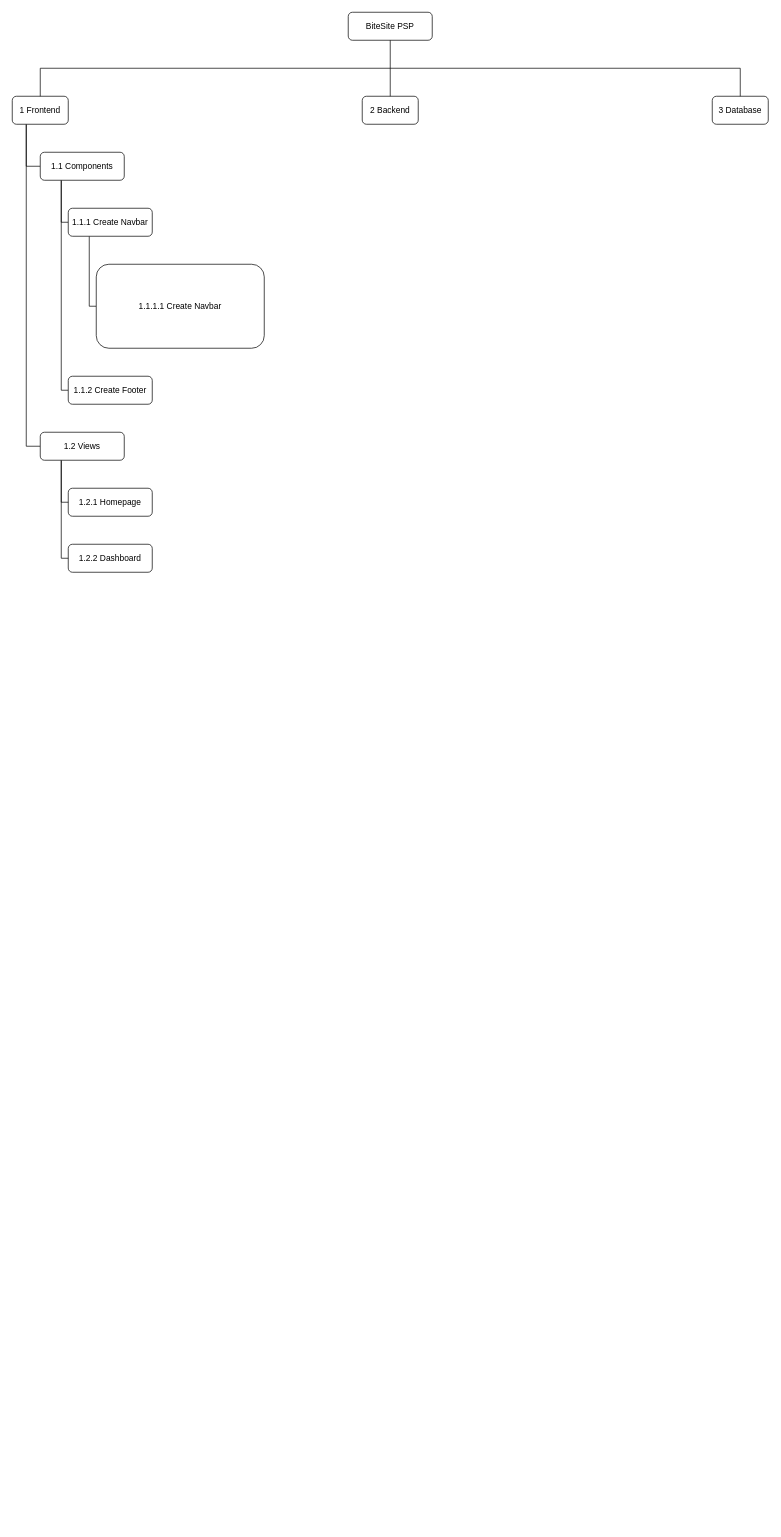
Before: docs/project-structure-plan.png.drawio in davide-muzzi/BiteSite, a draw.io diagram. Source tidied: cells renumbered, new cells numbered last; positions are measured from the earlier drawing's top-left corner, leaving out a move shared by most shapes. Both pictures are drawn from the tidied source at 70%, with x=0, y=0 at pixel (12, 12).
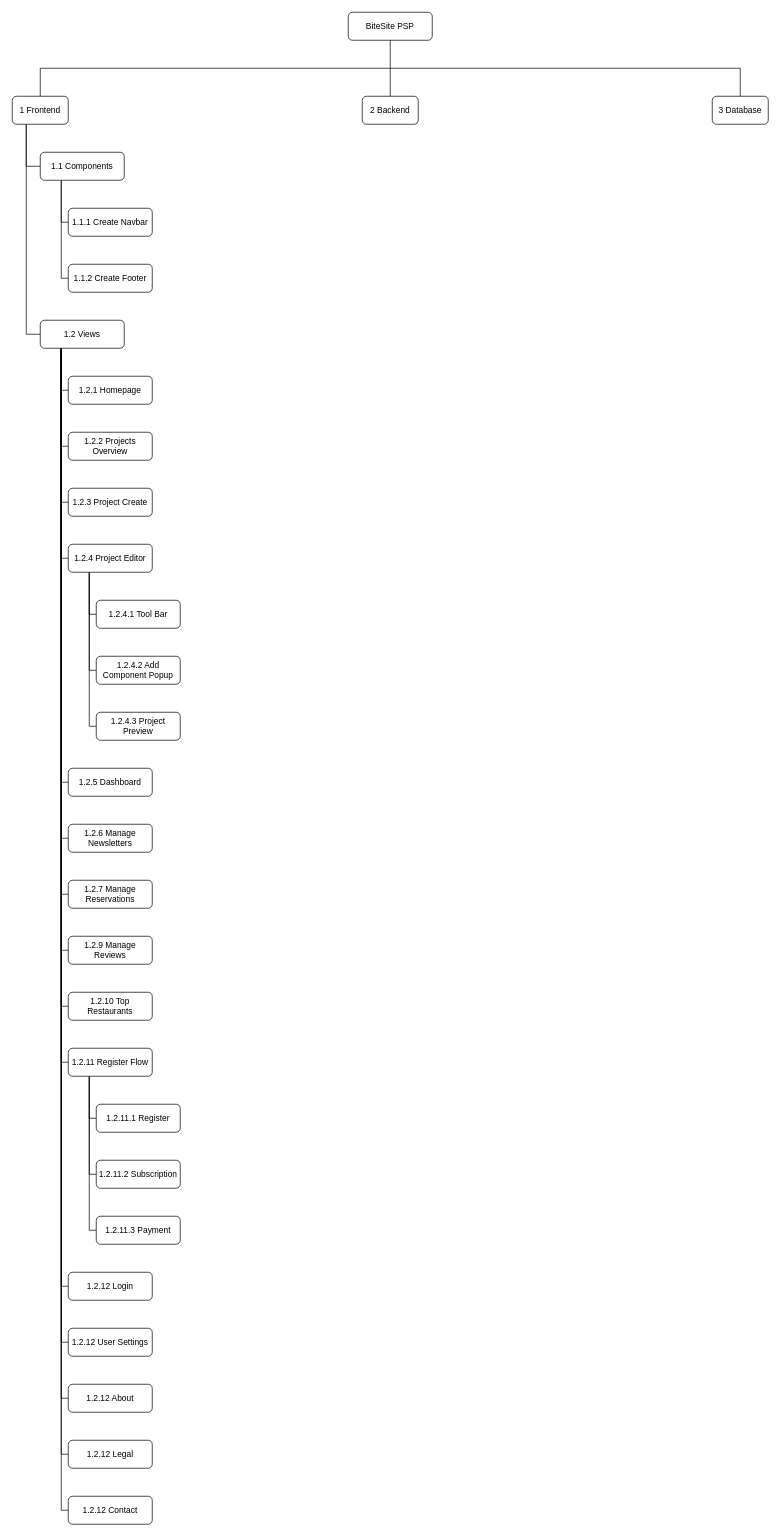
The same page after the edit.

Commit message:
docs(psp): finish frontend branch planning

The change refers to these unchanged cells:
```xml
<mxCell id="22" value="1.1.1 Create Navbar" style="rounded=1;whiteSpace=wrap;html=1;" parent="1" vertex="1">
  <mxGeometry x="80" y="280" width="120" height="40" as="geometry" />
</mxCell>
```

Change to the diagram source:
```diff
@@
+    <mxCell id="25" value="1.2.12 User Settings" style="rounded=1;whiteSpace=wrap;html=1;" parent="1" vertex="1">
+      <mxGeometry x="80" y="1880" width="120" height="40" as="geometry" />
+    </mxCell>
@@
     <mxCell id="13" value="1.2.1 Homepage" style="rounded=1;whiteSpace=wrap;html=1;" parent="1" vertex="1">
-      <mxGeometry x="80" y="680" width="120" height="40" as="geometry" />
+      <mxGeometry x="80" y="520" width="120" height="40" as="geometry" />
     </mxCell>
-    <mxCell id="14" value="1.2.2 Dashboard" style="rounded=1;whiteSpace=wrap;html=1;" parent="1" vertex="1">
-      <mxGeometry x="80" y="760" width="120" height="40" as="geometry" />
-    </mxCell>
@@
-    <mxCell id="19" style="edgeStyle=orthogonalEdgeStyle;html=1;exitX=0.25;exitY=1;exitDx=0;exitDy=0;entryX=0;entryY=0.5;entryDx=0;entryDy=0;rounded=0;endArrow=none;endFill=0;" parent="1" edge="1" source="20" target="14">
-      <mxGeometry relative="1" as="geometry" />
-    </mxCell>
+    <mxCell id="26" style="edgeStyle=orthogonalEdgeStyle;html=1;exitX=0.25;exitY=1;exitDx=0;exitDy=0;entryX=0;entryY=0.5;entryDx=0;entryDy=0;rounded=0;startArrow=none;startFill=0;endArrow=none;endFill=0;" parent="1" edge="1" source="20" target="40">
+      <mxGeometry relative="1" as="geometry" />
+    </mxCell>
+    <mxCell id="27" style="edgeStyle=orthogonalEdgeStyle;html=1;exitX=0.25;exitY=1;exitDx=0;exitDy=0;entryX=0;entryY=0.5;entryDx=0;entryDy=0;rounded=0;endArrow=none;endFill=0;" parent="1" edge="1" source="20" target="41">
+      <mxGeometry relative="1" as="geometry" />
+    </mxCell>
+    <mxCell id="28" style="edgeStyle=orthogonalEdgeStyle;html=1;exitX=0.25;exitY=1;exitDx=0;exitDy=0;entryX=0;entryY=0.5;entryDx=0;entryDy=0;rounded=0;endArrow=none;endFill=0;" parent="1" edge="1" source="20" target="45">
+      <mxGeometry relative="1" as="geometry" />
+    </mxCell>
+    <mxCell id="29" style="edgeStyle=orthogonalEdgeStyle;html=1;exitX=0.25;exitY=1;exitDx=0;exitDy=0;entryX=0;entryY=0.5;entryDx=0;entryDy=0;rounded=0;curved=0;endArrow=none;endFill=0;" parent="1" edge="1" source="20" target="46">
+      <mxGeometry relative="1" as="geometry" />
+    </mxCell>
+    <mxCell id="30" style="edgeStyle=orthogonalEdgeStyle;html=1;exitX=0.25;exitY=1;exitDx=0;exitDy=0;entryX=0;entryY=0.5;entryDx=0;entryDy=0;rounded=0;curved=0;endArrow=none;endFill=0;" parent="1" edge="1" source="20" target="47">
+      <mxGeometry relative="1" as="geometry" />
+    </mxCell>
+    <mxCell id="31" style="edgeStyle=orthogonalEdgeStyle;html=1;exitX=0.25;exitY=1;exitDx=0;exitDy=0;entryX=0;entryY=0.5;entryDx=0;entryDy=0;rounded=0;curved=0;endArrow=none;endFill=0;" parent="1" edge="1" source="20" target="61">
+      <mxGeometry relative="1" as="geometry" />
+    </mxCell>
+    <mxCell id="32" style="edgeStyle=orthogonalEdgeStyle;html=1;exitX=0.25;exitY=1;exitDx=0;exitDy=0;entryX=0;entryY=0.5;entryDx=0;entryDy=0;rounded=0;curved=0;endArrow=none;endFill=0;" parent="1" edge="1" source="20" target="25">
+      <mxGeometry relative="1" as="geometry" />
+    </mxCell>
+    <mxCell id="33" style="edgeStyle=orthogonalEdgeStyle;html=1;exitX=0.25;exitY=1;exitDx=0;exitDy=0;entryX=0;entryY=0.5;entryDx=0;entryDy=0;rounded=0;curved=0;endArrow=none;endFill=0;" parent="1" edge="1" source="20" target="62">
+      <mxGeometry relative="1" as="geometry" />
+    </mxCell>
+    <mxCell id="34" style="edgeStyle=orthogonalEdgeStyle;html=1;exitX=0.25;exitY=1;exitDx=0;exitDy=0;entryX=0;entryY=0.5;entryDx=0;entryDy=0;rounded=0;curved=0;endArrow=none;endFill=0;" parent="1" edge="1" source="20" target="63">
+      <mxGeometry relative="1" as="geometry" />
+    </mxCell>
+    <mxCell id="35" style="edgeStyle=orthogonalEdgeStyle;html=1;exitX=0.25;exitY=1;exitDx=0;exitDy=0;entryX=0;entryY=0.5;entryDx=0;entryDy=0;rounded=0;curved=0;endArrow=none;endFill=0;" parent="1" edge="1" source="20" target="64">
+      <mxGeometry relative="1" as="geometry" />
+    </mxCell>
+    <mxCell id="36" style="edgeStyle=orthogonalEdgeStyle;html=1;exitX=0.25;exitY=1;exitDx=0;exitDy=0;entryX=0;entryY=0.5;entryDx=0;entryDy=0;rounded=0;curved=0;endArrow=none;endFill=0;" parent="1" edge="1" source="20" target="51">
+      <mxGeometry relative="1" as="geometry" />
+    </mxCell>
+    <mxCell id="37" style="edgeStyle=orthogonalEdgeStyle;html=1;exitX=0.25;exitY=1;exitDx=0;exitDy=0;entryX=0;entryY=0.5;entryDx=0;entryDy=0;rounded=0;curved=0;endArrow=none;endFill=0;" parent="1" edge="1" source="20" target="52">
+      <mxGeometry relative="1" as="geometry" />
+    </mxCell>
+    <mxCell id="38" style="edgeStyle=orthogonalEdgeStyle;html=1;exitX=0.25;exitY=1;exitDx=0;exitDy=0;entryX=0;entryY=0.5;entryDx=0;entryDy=0;rounded=0;curved=0;endArrow=none;endFill=0;" parent="1" edge="1" source="20" target="53">
+      <mxGeometry relative="1" as="geometry" />
+    </mxCell>
+    <mxCell id="39" style="edgeStyle=orthogonalEdgeStyle;html=1;exitX=0.25;exitY=1;exitDx=0;exitDy=0;entryX=0;entryY=0.5;entryDx=0;entryDy=0;rounded=0;curved=0;endArrow=none;endFill=0;" parent="1" edge="1" source="20" target="57">
+      <mxGeometry relative="1" as="geometry" />
+    </mxCell>
     <mxCell id="20" value="1.2 Views" style="rounded=1;whiteSpace=wrap;html=1;" parent="1" vertex="1">
-      <mxGeometry x="40" y="600" width="120" height="40" as="geometry" />
+      <mxGeometry x="40" y="440" width="120" height="40" as="geometry" />
     </mxCell>
-    <mxCell id="21" style="edgeStyle=orthogonalEdgeStyle;html=1;exitX=0.25;exitY=1;exitDx=0;exitDy=0;entryX=0;entryY=0.5;entryDx=0;entryDy=0;rounded=0;endArrow=none;endFill=0;" parent="1" edge="1" source="22" target="24">
-      <mxGeometry relative="1" as="geometry" />
-    </mxCell>
@@
     <mxCell id="23" value="1.1.2 Create Footer" style="rounded=1;whiteSpace=wrap;html=1;" parent="1" vertex="1">
-      <mxGeometry x="80" y="520" width="120" height="40" as="geometry" />
+      <mxGeometry x="80" y="360" width="120" height="40" as="geometry" />
     </mxCell>
-    <mxCell id="24" value="1.1.1.1 Create Navbar" style="rounded=1;whiteSpace=wrap;html=1;align=center;" parent="1" vertex="1">
-      <mxGeometry x="120" y="360" width="240" height="120" as="geometry" />
-    </mxCell>
+    <mxCell id="40" value="1.2.2 Projects Overview" style="rounded=1;whiteSpace=wrap;html=1;" parent="1" vertex="1">
+      <mxGeometry x="80" y="600" width="120" height="40" as="geometry" />
+    </mxCell>
+    <mxCell id="41" value="1.2.3 Project Create" style="rounded=1;whiteSpace=wrap;html=1;" parent="1" vertex="1">
+      <mxGeometry x="80" y="680" width="120" height="40" as="geometry" />
+    </mxCell>
+    <mxCell id="42" style="edgeStyle=orthogonalEdgeStyle;html=1;exitX=0.25;exitY=1;exitDx=0;exitDy=0;entryX=0;entryY=0.5;entryDx=0;entryDy=0;rounded=0;curved=0;endArrow=none;endFill=0;" parent="1" edge="1" source="45" target="48">
+      <mxGeometry relative="1" as="geometry" />
+    </mxCell>
+    <mxCell id="43" style="edgeStyle=orthogonalEdgeStyle;html=1;exitX=0.25;exitY=1;exitDx=0;exitDy=0;entryX=0;entryY=0.5;entryDx=0;entryDy=0;rounded=0;curved=0;endArrow=none;endFill=0;" parent="1" edge="1" source="45" target="49">
+      <mxGeometry relative="1" as="geometry" />
+    </mxCell>
+    <mxCell id="44" style="edgeStyle=orthogonalEdgeStyle;html=1;exitX=0.25;exitY=1;exitDx=0;exitDy=0;entryX=0;entryY=0.5;entryDx=0;entryDy=0;endArrow=none;endFill=0;rounded=0;curved=0;" parent="1" edge="1" source="45" target="50">
+      <mxGeometry relative="1" as="geometry" />
+    </mxCell>
+    <mxCell id="45" value="1.2.4 Project Editor" style="rounded=1;whiteSpace=wrap;html=1;" parent="1" vertex="1">
+      <mxGeometry x="80" y="760" width="120" height="40" as="geometry" />
+    </mxCell>
+    <mxCell id="46" value="1.2.5 Dashboard" style="rounded=1;whiteSpace=wrap;html=1;" parent="1" vertex="1">
+      <mxGeometry x="80" y="1080" width="120" height="40" as="geometry" />
+    </mxCell>
+    <mxCell id="47" value="1.2.6 Manage Newsletters" style="rounded=1;whiteSpace=wrap;html=1;" parent="1" vertex="1">
+      <mxGeometry x="80" y="1160" width="120" height="40" as="geometry" />
+    </mxCell>
+    <mxCell id="48" value="1.2.4.1 Tool Bar" style="rounded=1;whiteSpace=wrap;html=1;" parent="1" vertex="1">
+      <mxGeometry x="120" y="840" width="120" height="40" as="geometry" />
+    </mxCell>
+    <mxCell id="49" value="1.2.4.2 Add Component Popup" style="rounded=1;whiteSpace=wrap;html=1;" parent="1" vertex="1">
+      <mxGeometry x="120" y="920" width="120" height="40" as="geometry" />
+    </mxCell>
+    <mxCell id="50" value="1.2.4.3 Project Preview" style="rounded=1;whiteSpace=wrap;html=1;" parent="1" vertex="1">
+      <mxGeometry x="120" y="1000" width="120" height="40" as="geometry" />
+    </mxCell>
+    <mxCell id="51" value="1.2.7 Manage Reservations" style="rounded=1;whiteSpace=wrap;html=1;" parent="1" vertex="1">
+      <mxGeometry x="80" y="1240" width="120" height="40" as="geometry" />
+    </mxCell>
+    <mxCell id="52" value="1.2.9 Manage Reviews" style="rounded=1;whiteSpace=wrap;html=1;" parent="1" vertex="1">
+      <mxGeometry x="80" y="1320" width="120" height="40" as="geometry" />
+    </mxCell>
+    <mxCell id="53" value="1.2.10 Top Restaurants" style="rounded=1;whiteSpace=wrap;html=1;" parent="1" vertex="1">
+      <mxGeometry x="80" y="1400" width="120" height="40" as="geometry" />
+    </mxCell>
+    <mxCell id="54" style="edgeStyle=orthogonalEdgeStyle;html=1;exitX=0.25;exitY=1;exitDx=0;exitDy=0;entryX=0;entryY=0.5;entryDx=0;entryDy=0;rounded=0;curved=0;endArrow=none;endFill=0;" parent="1" edge="1" source="57" target="58">
+      <mxGeometry relative="1" as="geometry" />
+    </mxCell>
+    <mxCell id="55" style="edgeStyle=orthogonalEdgeStyle;html=1;exitX=0.25;exitY=1;exitDx=0;exitDy=0;entryX=0;entryY=0.5;entryDx=0;entryDy=0;endArrow=none;endFill=0;rounded=0;curved=0;" parent="1" edge="1" source="57" target="59">
+      <mxGeometry relative="1" as="geometry" />
+    </mxCell>
+    <mxCell id="56" style="edgeStyle=orthogonalEdgeStyle;html=1;exitX=0.25;exitY=1;exitDx=0;exitDy=0;entryX=0;entryY=0.5;entryDx=0;entryDy=0;rounded=0;curved=0;endArrow=none;endFill=0;" parent="1" edge="1" source="57" target="60">
+      <mxGeometry relative="1" as="geometry" />
+    </mxCell>
+    <mxCell id="57" value="1.2.11 Register Flow" style="rounded=1;whiteSpace=wrap;html=1;" parent="1" vertex="1">
+      <mxGeometry x="80" y="1480" width="120" height="40" as="geometry" />
+    </mxCell>
+    <mxCell id="58" value="1.2.11.1 Register" style="rounded=1;whiteSpace=wrap;html=1;" parent="1" vertex="1">
+      <mxGeometry x="120" y="1560" width="120" height="40" as="geometry" />
+    </mxCell>
+    <mxCell id="59" value="1.2.11.2 Subscription" style="rounded=1;whiteSpace=wrap;html=1;" parent="1" vertex="1">
+      <mxGeometry x="120" y="1640" width="120" height="40" as="geometry" />
+    </mxCell>
+    <mxCell id="60" value="1.2.11.3 Payment" style="rounded=1;whiteSpace=wrap;html=1;" parent="1" vertex="1">
+      <mxGeometry x="120" y="1720" width="120" height="40" as="geometry" />
+    </mxCell>
+    <mxCell id="61" value="1.2.12 Login" style="rounded=1;whiteSpace=wrap;html=1;" parent="1" vertex="1">
+      <mxGeometry x="80" y="1800" width="120" height="40" as="geometry" />
+    </mxCell>
+    <mxCell id="62" value="1.2.12 About" style="rounded=1;whiteSpace=wrap;html=1;" parent="1" vertex="1">
+      <mxGeometry x="80" y="1960" width="120" height="40" as="geometry" />
+    </mxCell>
+    <mxCell id="63" value="1.2.12 Legal" style="rounded=1;whiteSpace=wrap;html=1;" parent="1" vertex="1">
+      <mxGeometry x="80" y="2040" width="120" height="40" as="geometry" />
+    </mxCell>
+    <mxCell id="64" value="1.2.12 Contact" style="rounded=1;whiteSpace=wrap;html=1;" parent="1" vertex="1">
+      <mxGeometry x="80" y="2120" width="120" height="40" as="geometry" />
+    </mxCell>
```
